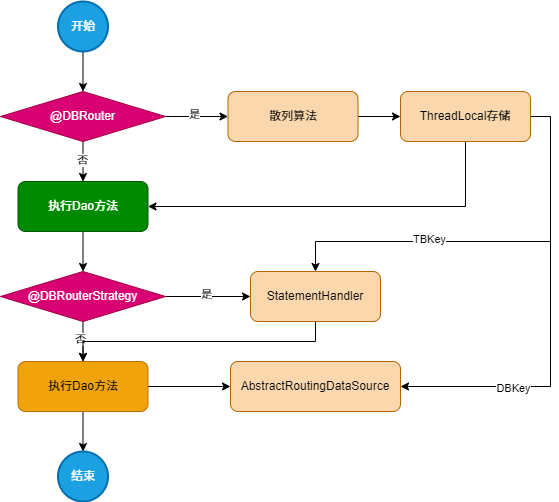
Before: img/流程梳理.png, a diagram exported from draw.io (CatCatchFish/db-router). Source tidied: cells renumbered, new cells last; positions are measured from the earlier drawing's top-left corner, leaving out a move shared by most shapes.
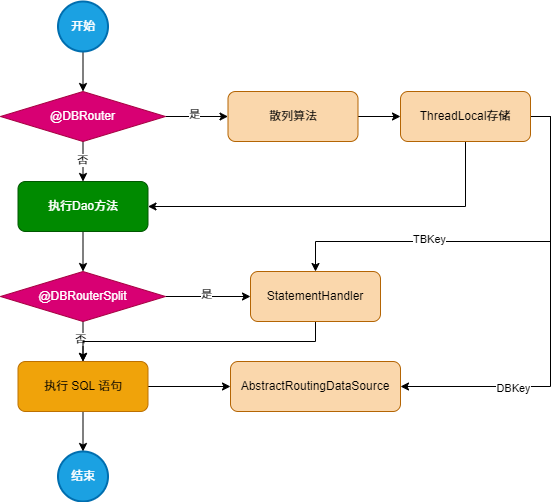
The same file after the commit.

Change to the diagram source:
```diff
@@ -29,7 +29,7 @@
     <mxCell id="10" style="edgeStyle=orthogonalEdgeStyle;rounded=0;jettySize=auto;html=1;" parent="1" edge="1" source="11" target="30">
       <mxGeometry relative="1" as="geometry" />
     </mxCell>
-    <mxCell id="11" value="执行Dao方法" style="rounded=1;whiteSpace=wrap;html=1;fillColor=#f0a30a;fontColor=#000000;strokeColor=#BD7000;" parent="1" vertex="1">
+    <mxCell id="11" value="执行 SQL 语句" style="rounded=1;whiteSpace=wrap;html=1;fillColor=#f0a30a;fontColor=#000000;strokeColor=#BD7000;" parent="1" vertex="1">
       <mxGeometry x="17.5" y="360" width="130" height="50" as="geometry" />
     </mxCell>
     <mxCell id="12" style="edgeStyle=orthogonalEdgeStyle;rounded=0;jettySize=auto;html=1;" parent="1" edge="1" source="13" target="8">
@@ -50,7 +50,7 @@
     <mxCell id="17" value="是" style="edgeLabel;html=1;align=center;verticalAlign=middle;" parent="16" vertex="1">
       <mxGeometry x="-0.05" y="3" relative="1" as="geometry" />
     </mxCell>
-    <mxCell id="18" value="@DBRouterStrategy" style="rhombus;whiteSpace=wrap;html=1;fillColor=#d80073;fontColor=#ffffff;strokeColor=#A50040;" parent="1" vertex="1">
+    <mxCell id="18" value="@DBRouterSplit" style="rhombus;whiteSpace=wrap;html=1;fillColor=#d80073;fontColor=#ffffff;strokeColor=#A50040;" parent="1" vertex="1">
       <mxGeometry y="270" width="165" height="50" as="geometry" />
     </mxCell>
     <mxCell id="19" style="edgeStyle=orthogonalEdgeStyle;rounded=0;jettySize=auto;html=1;" parent="1" edge="1" source="20" target="26">
```
